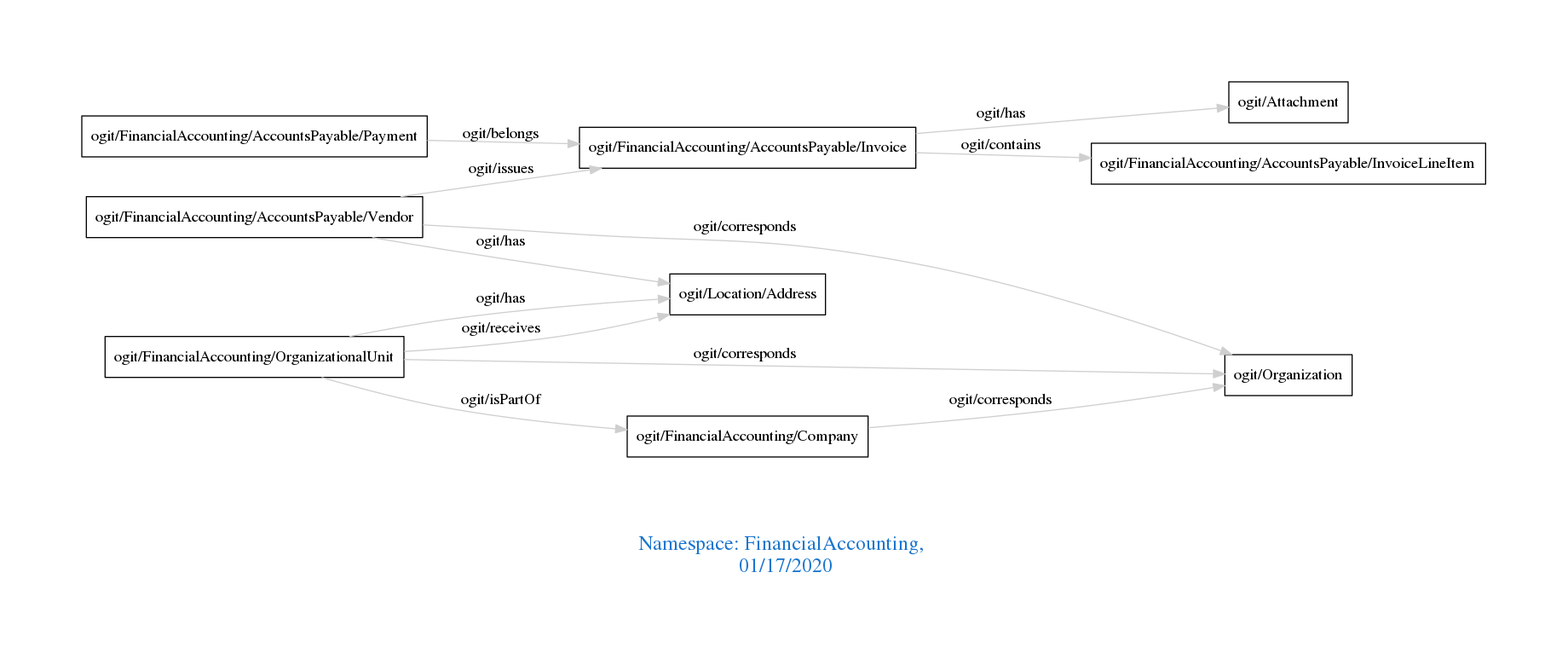
Above: downloads/FinancialAccounting.png in arago/OGIT (Graphviz), before the change. Its source is kept beside it as downloads/FinancialAccounting.dot.
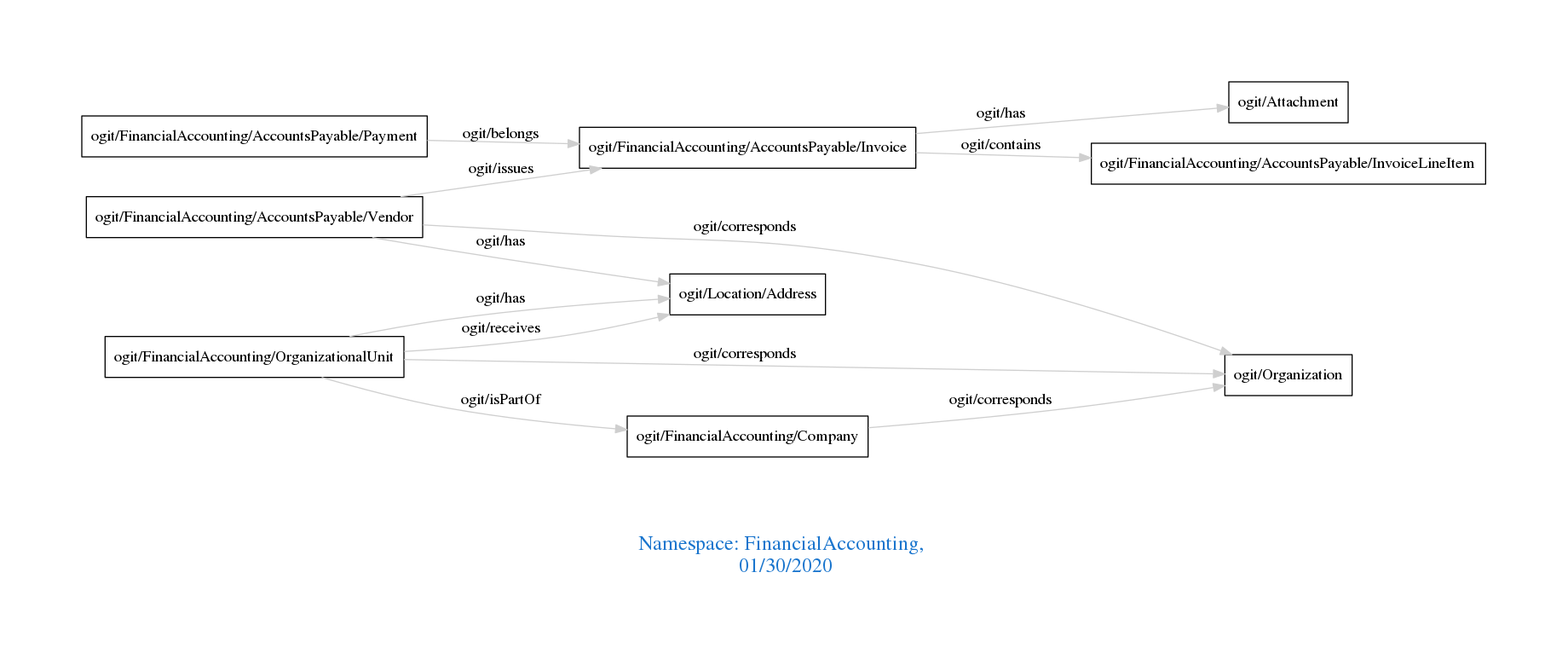
Later version of the same file.

Diff of the diagram source:
```diff
@@ -1,7 +1,7 @@
 digraph OGIT_ontology {
  graph [ rankdir= LR,pad=1
 fontsize = 18,
-fontcolor= dodgerblue3,label = "\n\n\nNamespace: FinancialAccounting, \n 01/17/2020"];
+fontcolor= dodgerblue3,label = "\n\n\nNamespace: FinancialAccounting, \n 01/30/2020"];
 node[shape=polygon];
 edge [  color="gray81"];
 
```
